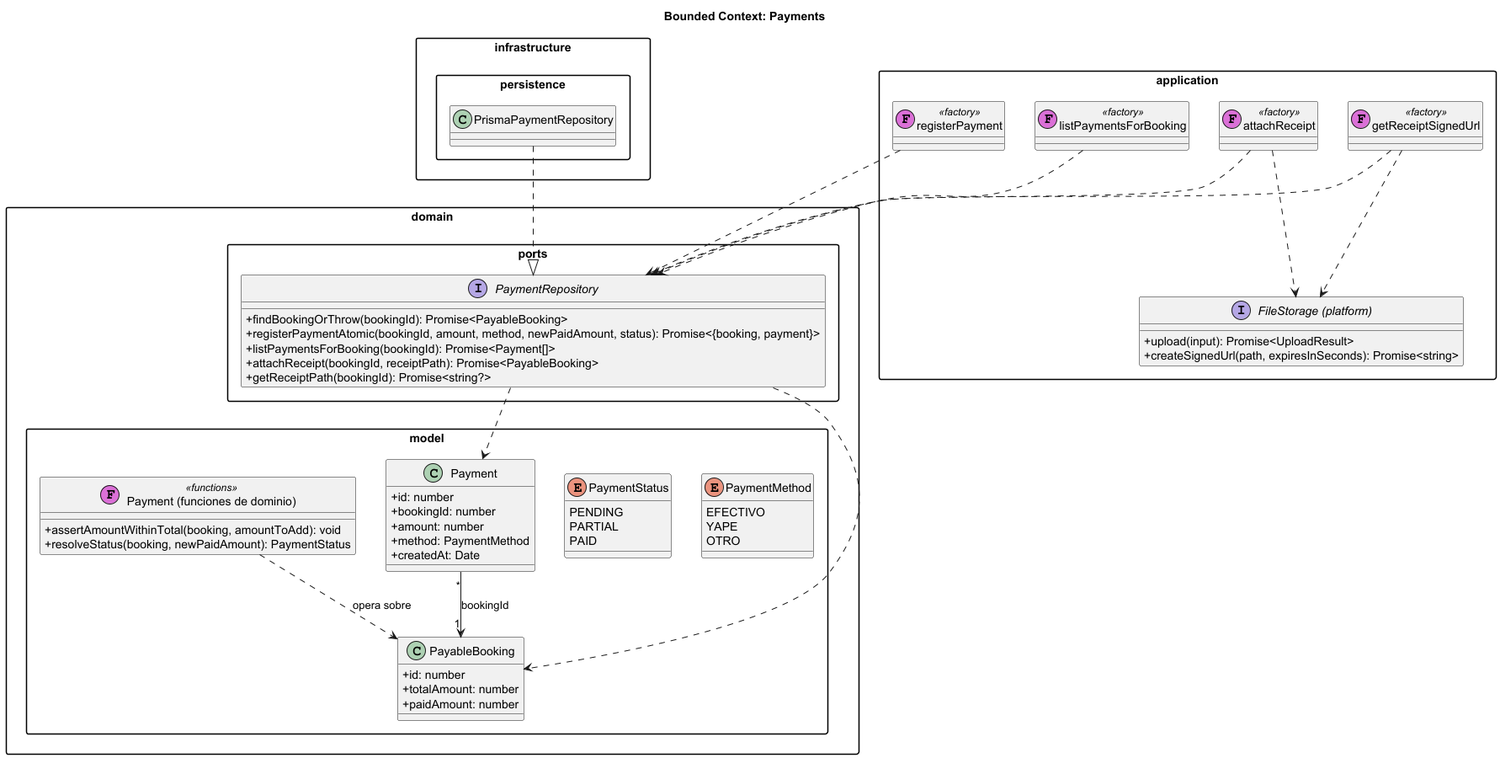
Earlier version of the PlantUML export assets/class-diagrams/backend/payments-context.png (brianna-salinas/doc-la-canchita-de-carlos).
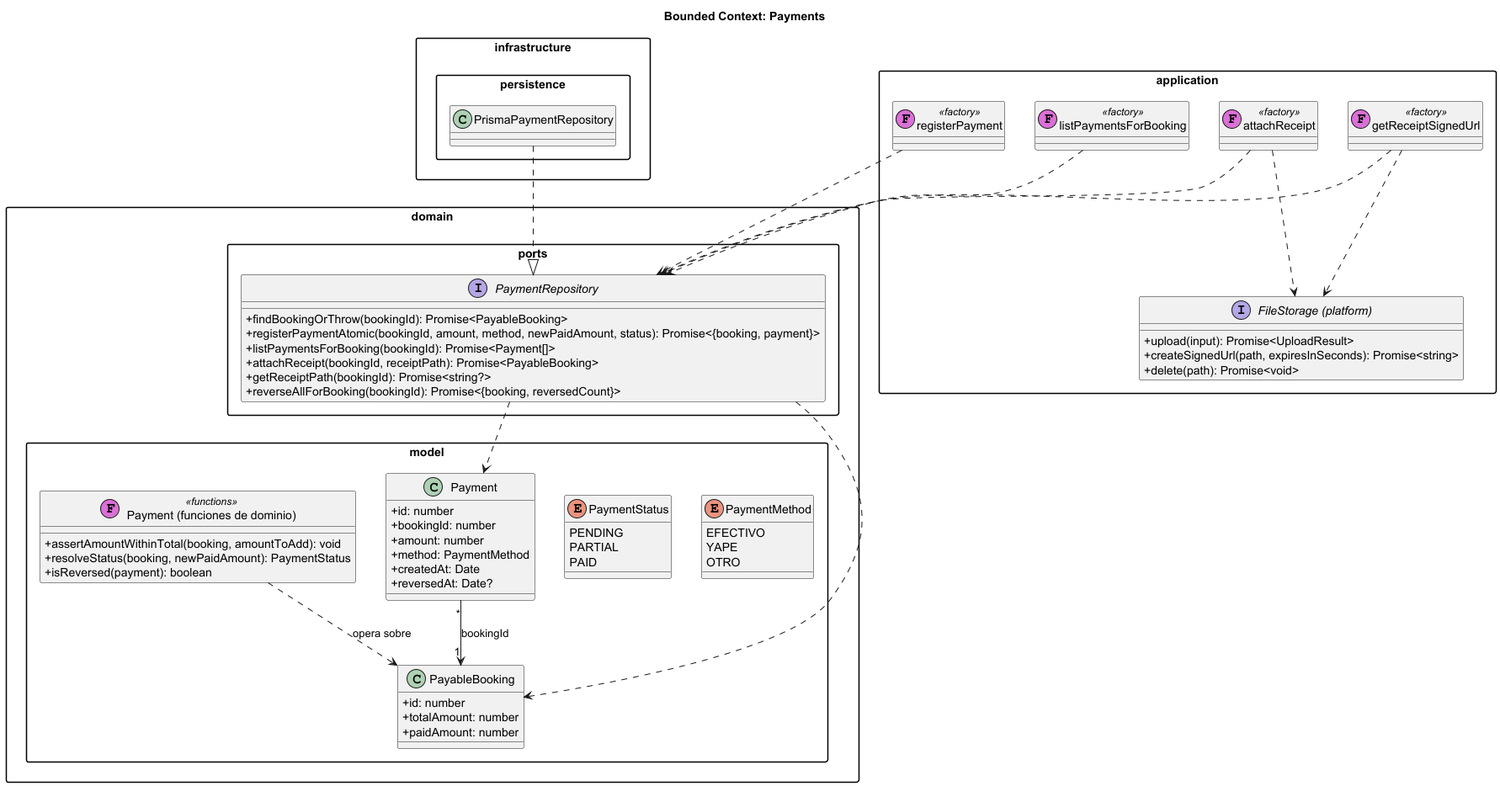
After the change.

What changed in the source:
```diff
@@ -23,6 +23,7 @@
     +amount: number
     +method: PaymentMethod
     +createdAt: Date
+    +reversedAt: Date?
   }
 
   class PayableBooking {
@@ -34,6 +35,7 @@
   class "Payment (funciones de dominio)" as PaymentRules << (F,orchid) functions >> {
     +assertAmountWithinTotal(booking, amountToAdd): void
     +resolveStatus(booking, newPaidAmount): PaymentStatus
+    +isReversed(payment): boolean
   }
 
   Payment "*" --> "1" PayableBooking : bookingId
@@ -47,6 +49,7 @@
     +listPaymentsForBooking(bookingId): Promise<Payment[]>
     +attachReceipt(bookingId, receiptPath): Promise<PayableBooking>
     +getReceiptPath(bookingId): Promise<string?>
+    +reverseAllForBooking(bookingId): Promise<{booking, reversedCount}>
   }
 
   PaymentRepository ..> Payment
@@ -68,6 +71,7 @@
   interface "FileStorage (platform)" as FileStorage {
     +upload(input): Promise<UploadResult>
     +createSignedUrl(path, expiresInSeconds): Promise<string>
+    +delete(path): Promise<void>
   }
 
   registerPayment ..> PaymentRepository
```
